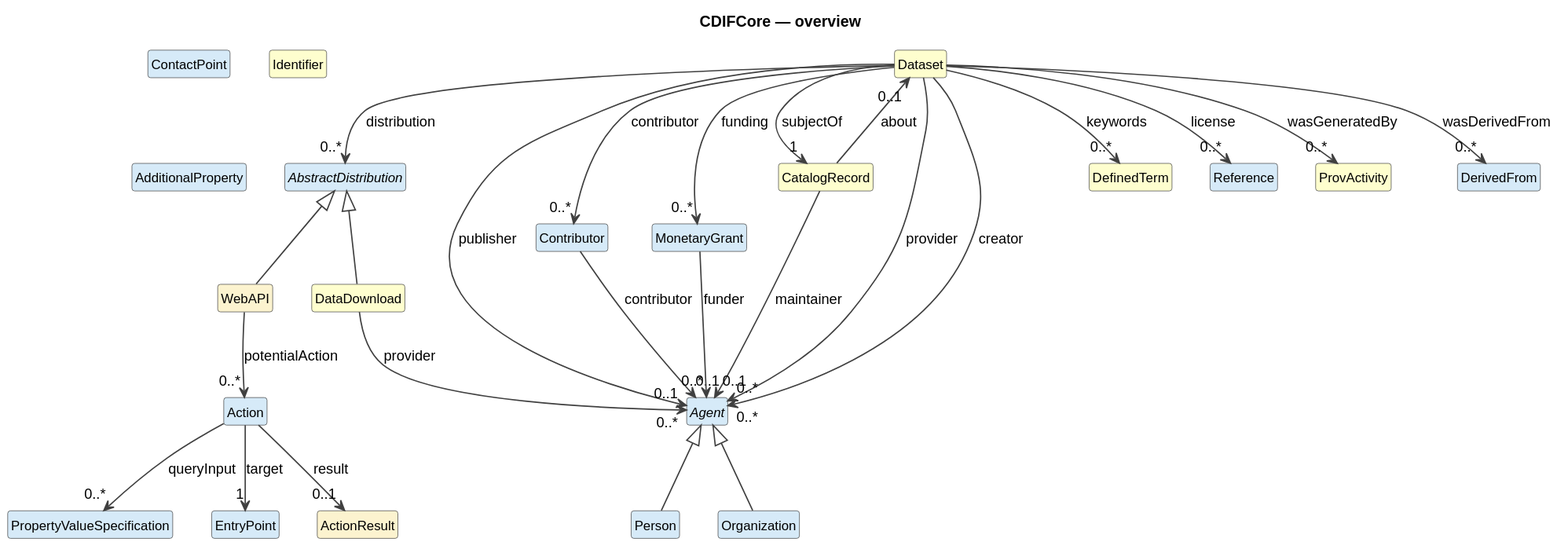
Above: cdif-uml-model/CDIFCore/index.svg in Cross-Domain-Interoperability-Framework/metadataBuildingBlocks (PlantUML), before the change.
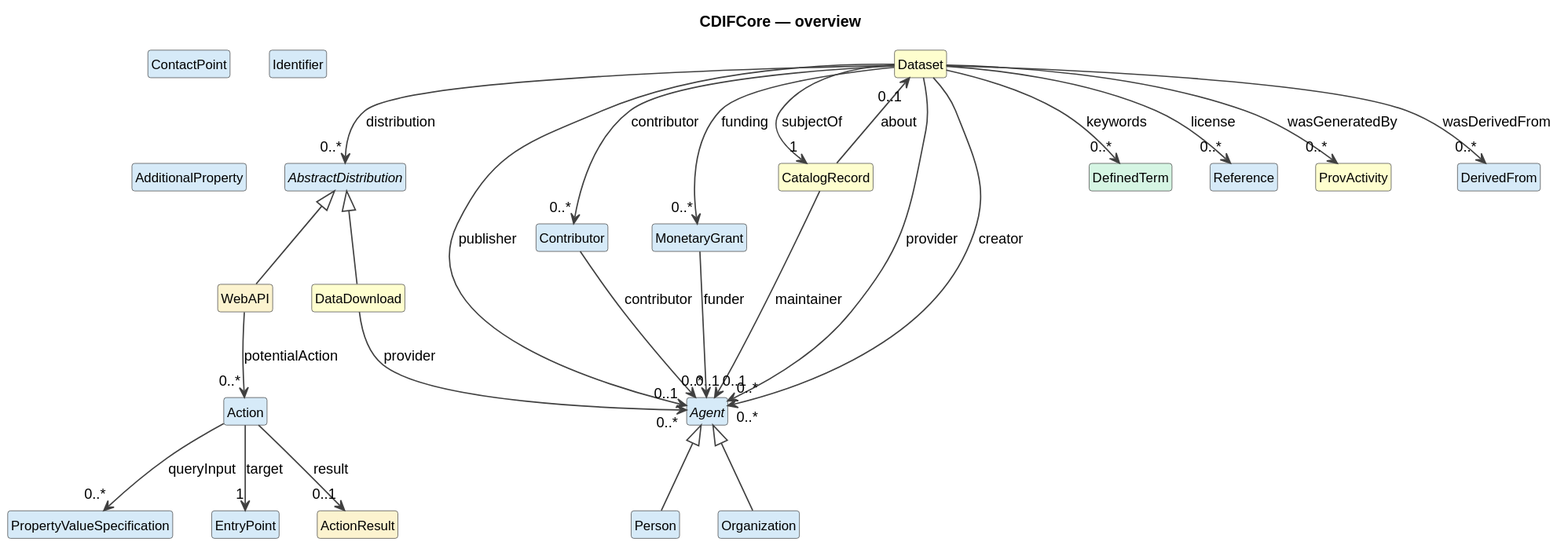
After the commit.

The edit, as a diff of the source:
```diff
@@ -23,8 +23,8 @@
 class "ContactPoint" as ContactPoint #D6EAF8
 class "Organization" as Organization #D6EAF8
 class "Contributor" as Contributor #D6EAF8
-class "DefinedTerm" as DefinedTerm #FEFECE
-class "Identifier" as Identifier #FEFECE
+class "DefinedTerm" as DefinedTerm #D5F5E3
+class "Identifier" as Identifier #D6EAF8
 class "AdditionalProperty" as AdditionalProperty #D6EAF8
 class "Reference" as Reference #D6EAF8
 class "MonetaryGrant" as MonetaryGrant #D6EAF8
```
